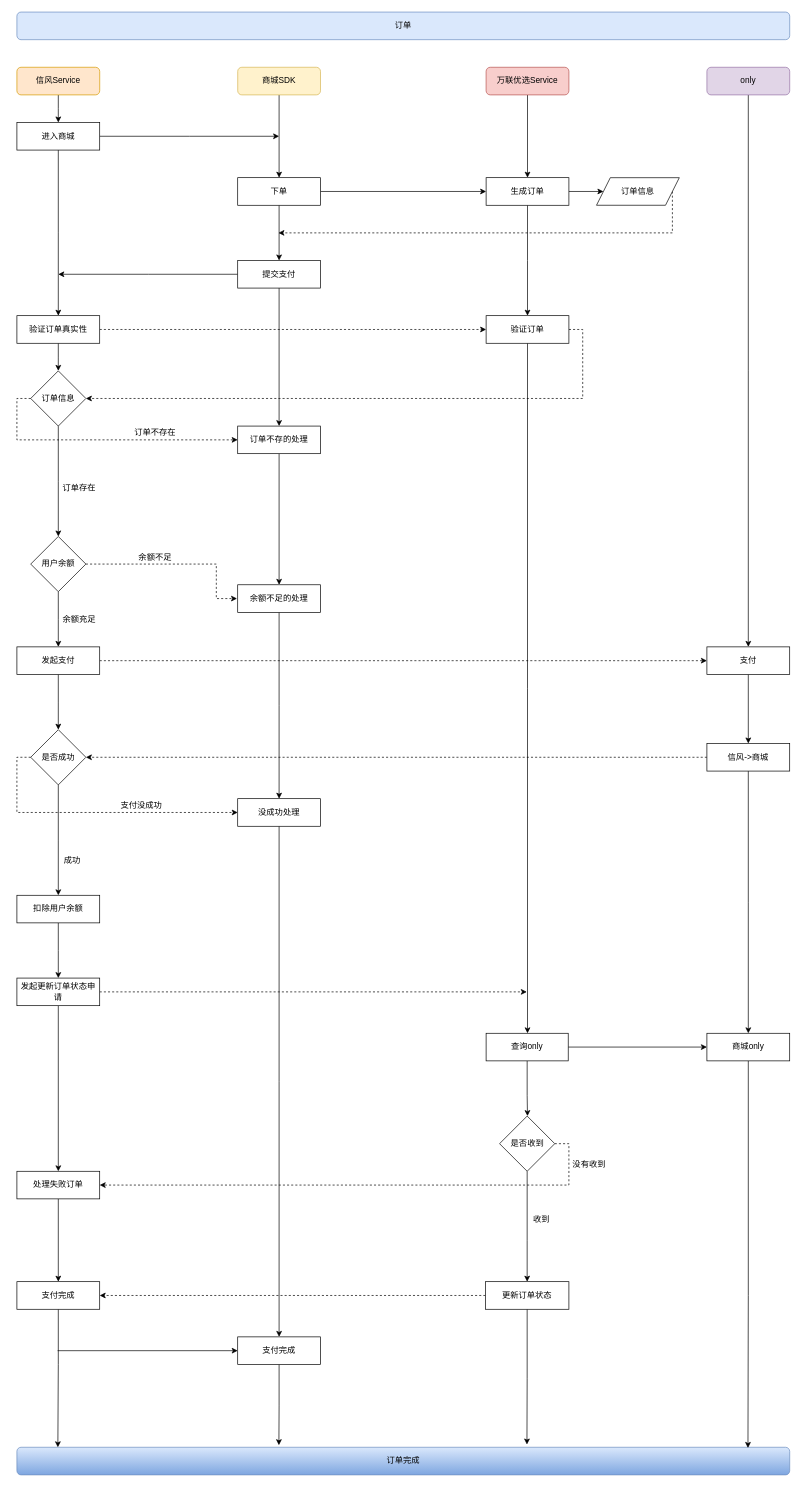
This is page "订单支付" (1 of 2) of drawio/订单.drawio from cjade/flow, a draw.io file, before an edit. Source tidied: cells renumbered, new cells numbered last; positions are measured from the earlier drawing's top-left corner, leaving out a move shared by most shapes. Both pictures are drawn from the tidied source at 69%, with x=0, y=0 at pixel (17, 12).
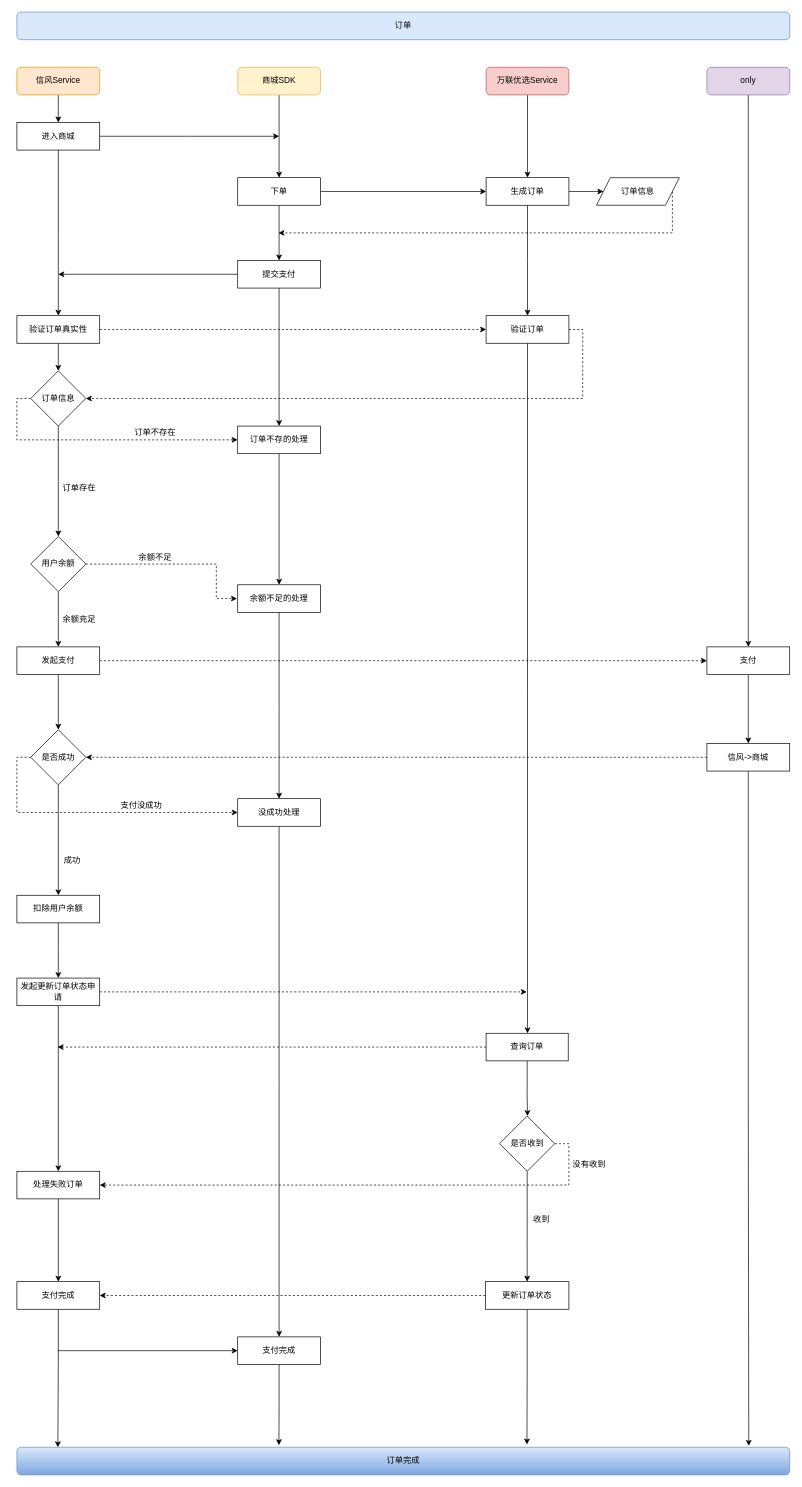
After the change.

Unchanged cells that the change refers to:
```xml
<mxCell id="54" value="信风-&amp;gt;商城" style="whiteSpace=wrap;html=1;" parent="1" vertex="1">
  <mxGeometry x="1000" y="1060" width="120" height="40" as="geometry" />
</mxCell>
<mxCell id="67" value="订单完成" style="rounded=1;whiteSpace=wrap;html=1;fontSize=12;glass=0;strokeWidth=1;shadow=0;fillColor=#dae8fc;strokeColor=#6c8ebf;gradientColor=#7ea6e0;" parent="1" vertex="1">
  <mxGeometry y="2080" width="1120" height="40" as="geometry" />
</mxCell>
```

The edit, as a diff of the source:
```diff
@@
-    <mxCell id="53" style="edgeStyle=orthogonalEdgeStyle;rounded=0;jettySize=auto;html=1;exitX=0.5;exitY=1;exitDx=0;exitDy=0;strokeColor=#000000;" parent="1" edge="1" source="54">
-      <mxGeometry relative="1" as="geometry">
-        <mxPoint x="1060" y="1480" as="targetPoint" />
-      </mxGeometry>
+    <mxCell id="53" style="edgeStyle=orthogonalEdgeStyle;rounded=0;jettySize=auto;html=1;exitX=0.5;exitY=1;exitDx=0;exitDy=0;strokeColor=#000000;entryX=0.947;entryY=-0.05;entryDx=0;entryDy=0;entryPerimeter=0;" parent="1" edge="1" source="54" target="67">
+      <mxGeometry relative="1" as="geometry" />
     </mxCell>
@@
-    <mxCell id="69" style="edgeStyle=orthogonalEdgeStyle;rounded=0;jettySize=auto;html=1;exitX=1;exitY=0.5;exitDx=0;exitDy=0;entryX=0;entryY=0.5;entryDx=0;entryDy=0;" parent="1" edge="1" source="70" target="75">
-      <mxGeometry relative="1" as="geometry" />
-    </mxCell>
+    <mxCell id="88" style="edgeStyle=orthogonalEdgeStyle;rounded=0;jettySize=auto;html=1;exitX=0;exitY=0.5;exitDx=0;exitDy=0;dashed=1;" parent="1" edge="1" source="70">
+      <mxGeometry relative="1" as="geometry">
+        <mxPoint x="59" y="1500" as="targetPoint" />
+      </mxGeometry>
+    </mxCell>
-    <mxCell id="70" value="查询only" style="whiteSpace=wrap;html=1;" parent="1" vertex="1">
+    <mxCell id="70" value="查询订单" style="whiteSpace=wrap;html=1;" parent="1" vertex="1">
       <mxGeometry x="680" y="1480" width="119" height="40" as="geometry" />
     </mxCell>
@@
-    <mxCell id="74" style="edgeStyle=orthogonalEdgeStyle;rounded=0;jettySize=auto;html=1;exitX=0.5;exitY=1;exitDx=0;exitDy=0;entryX=0.946;entryY=0.025;entryDx=0;entryDy=0;entryPerimeter=0;" parent="1" edge="1" source="75" target="67">
-      <mxGeometry relative="1" as="geometry">
-        <Array as="points">
-          <mxPoint x="1060" y="1860" />
-          <mxPoint x="1060" y="1860" />
-        </Array>
-      </mxGeometry>
-    </mxCell>
-    <mxCell id="75" value="商城only" style="whiteSpace=wrap;html=1;" parent="1" vertex="1">
-      <mxGeometry x="1000" y="1480" width="120" height="40" as="geometry" />
-    </mxCell>
```
